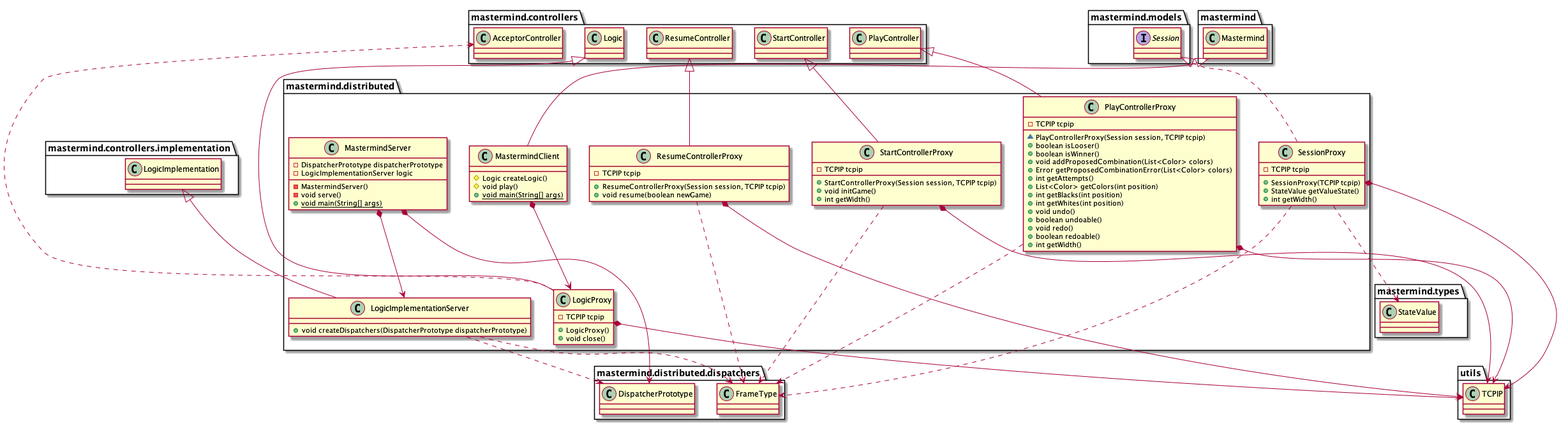
The PlantUML diagram docs/images/paqueteMastermindDistributed.png in jprieto92/mastermindClientServer, before a commit. Its source is kept beside it as docs/sources/paqueteMastermindDistributed.iuml.
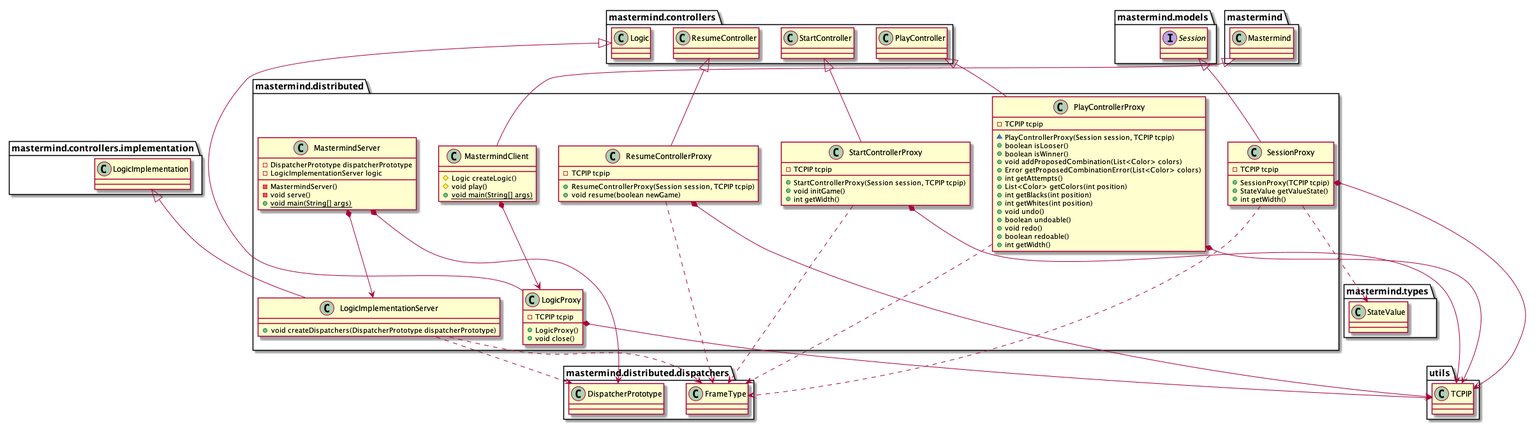
Above is the later version.

Commit message:
Fix mastermind.distributed package diagram error

Diff of the diagram source:
```diff
@@ -14,7 +14,6 @@
 }
 mastermind.controllers.Logic <|-- mastermind.distributed.LogicProxy
 mastermind.distributed.LogicProxy *-down-> utils.TCPIP
-mastermind.distributed.LogicProxy  ..> mastermind.controllers.AcceptorController
 
 class mastermind.distributed.MastermindClient [[java:jprieto.mastermind.distributed.MastermindClient]] {
 	#Logic createLogic()
@@ -72,7 +71,7 @@
 }
 interface mastermind.models.Session [[java:jprieto.mastermind.models.Session]] {
 }
-mastermind.models.Session <|.. mastermind.distributed.SessionProxy
+mastermind.models.Session <|-- mastermind.distributed.SessionProxy
 mastermind.distributed.SessionProxy *-down-> utils.TCPIP
 mastermind.distributed.SessionProxy ..> mastermind.distributed.dispatchers.FrameType
 mastermind.distributed.SessionProxy ..> mastermind.types.StateValue
```
